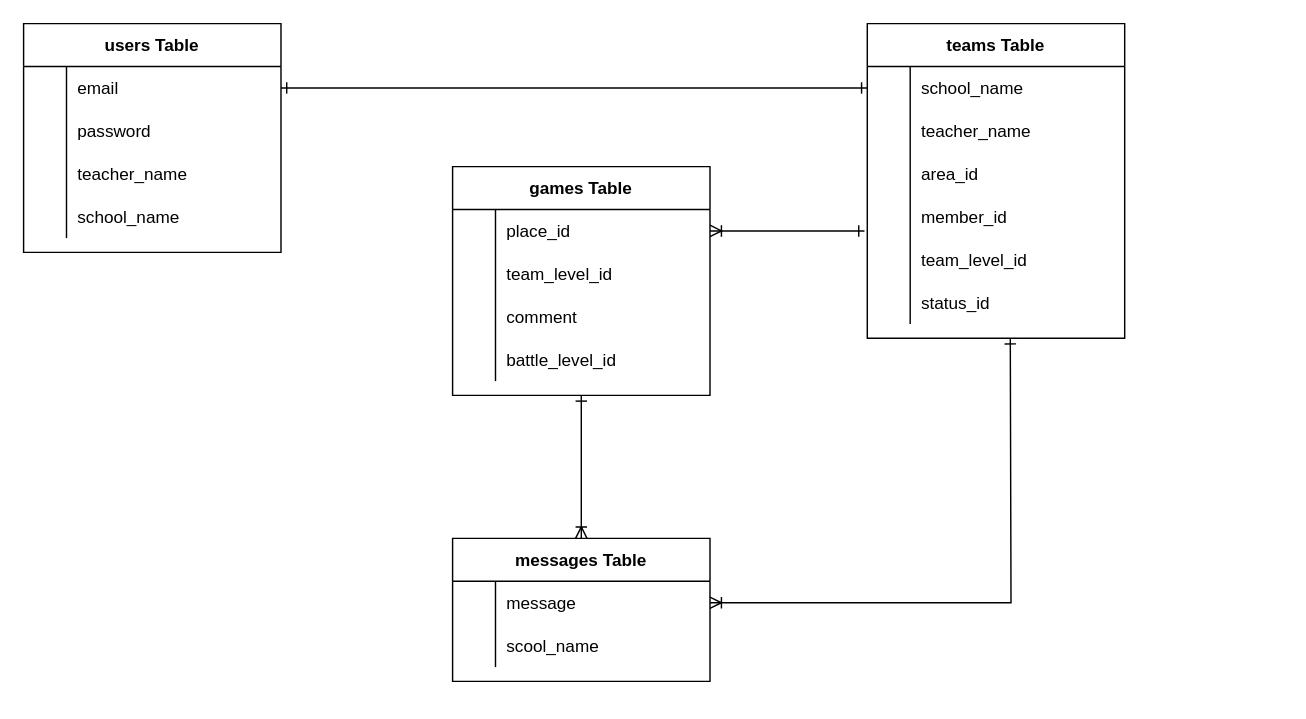
This is practice-game.dio from 0925Daiki/practice-game, a draw.io file, before an edit. Source tidied: cells renumbered, new cells numbered last; positions are measured from the earlier drawing's top-left corner, leaving out a move shared by most shapes. Both pictures are drawn from the tidied source at 143%, with x=0, y=0 at pixel (23, 23).
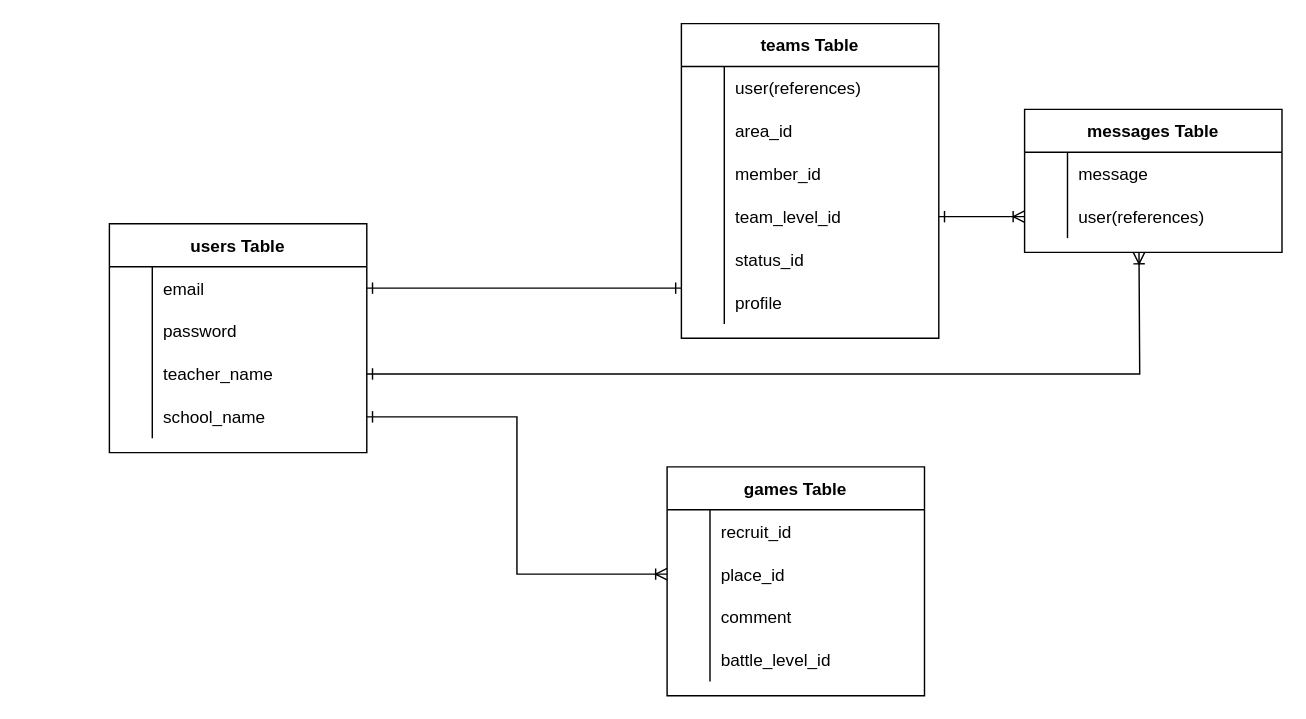
The same diagram, later.

Commit message (it also covers changes not shown here):
データベース設計　修正

The change refers to these unchanged cells:
```xml
<mxCell id="3" style="shape=partialRectangle;fillColor=none;top=0;left=0;bottom=0;right=0;points=[[0,0.5],[1,0.5]];portConstraint=eastwest;" parent="2" vertex="1">
  <mxGeometry y="30" width="180" height="30" as="geometry" />
</mxCell>
<mxCell id="9" style="shape=partialRectangle;fillColor=none;top=0;left=0;bottom=0;right=0;points=[[0,0.5],[1,0.5]];portConstraint=eastwest;" parent="2" vertex="1">
  <mxGeometry y="90" width="180" height="30" as="geometry" />
</mxCell>
<mxCell id="12" style="shape=partialRectangle;fillColor=none;top=0;left=0;bottom=0;right=0;points=[[0,0.5],[1,0.5]];portConstraint=eastwest;" parent="2" vertex="1">
  <mxGeometry y="120" width="180" height="30" as="geometry" />
</mxCell>
<mxCell id="16" style="shape=partialRectangle;fillColor=none;top=0;left=0;bottom=0;right=0;points=[[0,0.5],[1,0.5]];portConstraint=eastwest;" parent="15" vertex="1">
  <mxGeometry y="30" width="180" height="30" as="geometry" />
</mxCell>
<mxCell id="31" style="shape=partialRectangle;fillColor=none;top=0;left=0;bottom=0;right=0;points=[[0,0.5],[1,0.5]];portConstraint=eastwest;" parent="15" vertex="1">
  <mxGeometry y="180" width="180" height="30" as="geometry" />
</mxCell>
<mxCell id="35" style="shape=partialRectangle;fillColor=none;top=0;left=0;bottom=0;right=0;points=[[0,0.5],[1,0.5]];portConstraint=eastwest;" parent="34" vertex="1">
  <mxGeometry y="30" width="180" height="30" as="geometry" />
</mxCell>
<mxCell id="38" style="shape=partialRectangle;fillColor=none;top=0;left=0;bottom=0;right=0;points=[[0,0.5],[1,0.5]];portConstraint=eastwest;" parent="34" vertex="1">
  <mxGeometry y="60" width="180" height="30" as="geometry" />
</mxCell>
<mxCell id="49" style="shape=partialRectangle;fillColor=none;top=0;left=0;bottom=0;right=0;points=[[0,0.5],[1,0.5]];portConstraint=eastwest;" parent="48" vertex="1">
  <mxGeometry y="30" width="180" height="30" as="geometry" />
</mxCell>
<mxCell id="52" style="shape=partialRectangle;fillColor=none;top=0;left=0;bottom=0;right=0;points=[[0,0.5],[1,0.5]];portConstraint=eastwest;" parent="48" vertex="1">
  <mxGeometry y="60" width="180" height="30" as="geometry" />
</mxCell>
```

Diff of the diagram source:
```diff
@@
     <mxCell id="2" value="users Table" style="shape=table;startSize=30;childLayout=tableLayout;rowLines=0;fontStyle=1;align=center;" parent="1" vertex="1">
-      <mxGeometry width="180" height="160" as="geometry" />
+      <mxGeometry x="60" y="140" width="180" height="160" as="geometry" />
     </mxCell>
@@
     <mxCell id="15" value="teams Table" style="shape=table;startSize=30;childLayout=tableLayout;rowLines=0;fontStyle=1;align=center;" parent="1" vertex="1">
-      <mxGeometry x="590" width="180" height="220" as="geometry" />
+      <mxGeometry x="460" width="180" height="220" as="geometry" />
     </mxCell>
@@
-    <mxCell id="18" value="school_name" style="shape=partialRectangle;fillColor=none;top=0;left=0;bottom=0;right=0;align=left;spacingLeft=6;overflow=hidden;" parent="16" vertex="1">
+    <mxCell id="18" value="user(references)" style="shape=partialRectangle;fillColor=none;top=0;left=0;bottom=0;right=0;align=left;spacingLeft=6;overflow=hidden;" parent="16" vertex="1">
       <mxGeometry x="30" width="150" height="30" as="geometry" />
     </mxCell>
-    <mxCell id="19" style="shape=partialRectangle;fillColor=none;top=0;left=0;bottom=0;right=0;" parent="15" vertex="1">
-      <mxGeometry y="60" width="180" height="30" as="geometry" />
-    </mxCell>
-    <mxCell id="20" style="shape=partialRectangle;fillColor=none;top=0;left=0;bottom=0;right=0;overflow=hidden;" parent="19" vertex="1">
-      <mxGeometry width="30" height="30" as="geometry" />
-    </mxCell>
-    <mxCell id="21" value="teacher_name" style="shape=partialRectangle;fillColor=none;top=0;left=0;bottom=0;right=0;align=left;spacingLeft=6;overflow=hidden;" parent="19" vertex="1">
-      <mxGeometry x="30" width="150" height="30" as="geometry" />
-    </mxCell>
     <mxCell id="22" style="shape=partialRectangle;fillColor=none;top=0;left=0;bottom=0;right=0;" parent="15" vertex="1">
-      <mxGeometry y="90" width="180" height="30" as="geometry" />
+      <mxGeometry y="60" width="180" height="30" as="geometry" />
     </mxCell>
@@
     <mxCell id="25" style="shape=partialRectangle;fillColor=none;top=0;left=0;bottom=0;right=0;points=[[0,0.5],[1,0.5]];portConstraint=eastwest;" parent="15" vertex="1">
-      <mxGeometry y="120" width="180" height="30" as="geometry" />
+      <mxGeometry y="90" width="180" height="30" as="geometry" />
     </mxCell>
@@
     <mxCell id="28" style="shape=partialRectangle;fillColor=none;top=0;left=0;bottom=0;right=0;points=[[0,0.5],[1,0.5]];portConstraint=eastwest;" parent="15" vertex="1">
-      <mxGeometry y="150" width="180" height="30" as="geometry" />
+      <mxGeometry y="120" width="180" height="30" as="geometry" />
     </mxCell>
@@
+    <mxCell id="58" style="shape=partialRectangle;fillColor=none;top=0;left=0;bottom=0;right=0;" parent="15" vertex="1">
+      <mxGeometry y="150" width="180" height="30" as="geometry" />
+    </mxCell>
+    <mxCell id="20" style="shape=partialRectangle;fillColor=none;top=0;left=0;bottom=0;right=0;overflow=hidden;" parent="58" vertex="1">
+      <mxGeometry width="30" height="30" as="geometry" />
+    </mxCell>
+    <mxCell id="59" value="status_id" style="shape=partialRectangle;fillColor=none;top=0;left=0;bottom=0;right=0;align=left;spacingLeft=6;overflow=hidden;" parent="58" vertex="1">
+      <mxGeometry x="30" width="150" height="30" as="geometry" />
+    </mxCell>
@@
-    <mxCell id="33" value="status_id" style="shape=partialRectangle;fillColor=none;top=0;left=0;bottom=0;right=0;align=left;spacingLeft=6;overflow=hidden;" parent="31" vertex="1">
+    <mxCell id="33" value="profile" style="shape=partialRectangle;fillColor=none;top=0;left=0;bottom=0;right=0;align=left;spacingLeft=6;overflow=hidden;" parent="31" vertex="1">
       <mxGeometry x="30" width="150" height="30" as="geometry" />
     </mxCell>
     <mxCell id="34" value="games Table" style="shape=table;startSize=30;childLayout=tableLayout;rowLines=0;fontStyle=1;align=center;" parent="1" vertex="1">
-      <mxGeometry x="300" y="100" width="180" height="160" as="geometry" />
+      <mxGeometry x="450" y="310" width="180" height="160" as="geometry" />
     </mxCell>
@@
-    <mxCell id="37" value="place_id" style="shape=partialRectangle;fillColor=none;top=0;left=0;bottom=0;right=0;align=left;spacingLeft=6;overflow=hidden;" parent="35" vertex="1">
+    <mxCell id="37" value="recruit_id" style="shape=partialRectangle;fillColor=none;top=0;left=0;bottom=0;right=0;align=left;spacingLeft=6;overflow=hidden;" parent="35" vertex="1">
       <mxGeometry x="30" width="150" height="30" as="geometry" />
     </mxCell>
@@
-    <mxCell id="40" value="team_level_id" style="shape=partialRectangle;fillColor=none;top=0;left=0;bottom=0;right=0;align=left;spacingLeft=6;overflow=hidden;" parent="38" vertex="1">
+    <mxCell id="40" value="place_id" style="shape=partialRectangle;fillColor=none;top=0;left=0;bottom=0;right=0;align=left;spacingLeft=6;overflow=hidden;" parent="38" vertex="1">
       <mxGeometry x="30" width="150" height="30" as="geometry" />
     </mxCell>
@@
-    <mxCell id="47" style="edgeStyle=orthogonalEdgeStyle;rounded=0;jettySize=auto;html=1;exitX=0.5;exitY=0;exitDx=0;exitDy=0;entryX=0.5;entryY=1;entryDx=0;entryDy=0;startArrow=ERoneToMany;startFill=0;endArrow=ERone;endFill=0;" parent="1" edge="1" source="48" target="34">
-      <mxGeometry relative="1" as="geometry" />
-    </mxCell>
     <mxCell id="48" value="messages Table" style="shape=table;startSize=30;childLayout=tableLayout;rowLines=0;fontStyle=1;align=center;" parent="1" vertex="1">
-      <mxGeometry x="300" y="360" width="180" height="100" as="geometry" />
+      <mxGeometry x="700" y="60" width="180" height="100" as="geometry" />
     </mxCell>
@@
-    <mxCell id="54" value="scool_name" style="shape=partialRectangle;fillColor=none;top=0;left=0;bottom=0;right=0;align=left;spacingLeft=6;overflow=hidden;" parent="52" vertex="1">
+    <mxCell id="54" value="user(references)" style="shape=partialRectangle;fillColor=none;top=0;left=0;bottom=0;right=0;align=left;spacingLeft=6;overflow=hidden;" parent="52" vertex="1">
       <mxGeometry x="30" width="150" height="30" as="geometry" />
     </mxCell>
-    <mxCell id="55" style="edgeStyle=orthogonalEdgeStyle;rounded=0;jettySize=auto;html=1;exitX=1;exitY=0.5;exitDx=0;exitDy=0;entryX=0;entryY=0.5;entryDx=0;entryDy=0;startArrow=ERone;startFill=0;endArrow=ERone;endFill=0;" parent="1" edge="1" source="3" target="16">
-      <mxGeometry relative="1" as="geometry" />
-    </mxCell>
-    <mxCell id="56" style="edgeStyle=orthogonalEdgeStyle;rounded=0;jettySize=auto;html=1;exitX=1;exitY=0.5;exitDx=0;exitDy=0;startArrow=ERoneToMany;startFill=0;endArrow=ERone;endFill=0;" parent="1" edge="1" source="49">
-      <mxGeometry relative="1" as="geometry">
-        <mxPoint x="690" y="220" as="targetPoint" />
-      </mxGeometry>
-    </mxCell>
-    <mxCell id="57" style="edgeStyle=orthogonalEdgeStyle;rounded=0;jettySize=auto;html=1;exitX=1;exitY=0.5;exitDx=0;exitDy=0;entryX=-0.011;entryY=0.833;entryDx=0;entryDy=0;entryPerimeter=0;startArrow=ERoneToMany;startFill=0;endArrow=ERone;endFill=0;" parent="1" edge="1" source="35" target="25">
-      <mxGeometry relative="1" as="geometry" />
-    </mxCell>
+    <mxCell id="60" style="edgeStyle=orthogonalEdgeStyle;rounded=0;jettySize=auto;html=1;exitX=1;exitY=0.5;exitDx=0;exitDy=0;entryX=0;entryY=0.5;entryDx=0;entryDy=0;startArrow=ERone;startFill=0;endArrow=ERoneToMany;endFill=0;" parent="1" edge="1" source="28" target="52">
+      <mxGeometry relative="1" as="geometry" />
+    </mxCell>
+    <mxCell id="61" style="edgeStyle=orthogonalEdgeStyle;rounded=0;jettySize=auto;html=1;exitX=1;exitY=0.5;exitDx=0;exitDy=0;startArrow=ERone;startFill=0;endArrow=ERoneToMany;endFill=0;" parent="1" edge="1" source="12" target="38">
+      <mxGeometry relative="1" as="geometry" />
+    </mxCell>
+    <mxCell id="62" style="edgeStyle=orthogonalEdgeStyle;rounded=0;jettySize=auto;html=1;exitX=1;exitY=0.5;exitDx=0;exitDy=0;entryX=0;entryY=0.167;entryDx=0;entryDy=0;entryPerimeter=0;startArrow=ERone;startFill=0;endArrow=ERone;endFill=0;" parent="1" edge="1" source="3" target="31">
+      <mxGeometry relative="1" as="geometry" />
+    </mxCell>
+    <mxCell id="63" style="edgeStyle=orthogonalEdgeStyle;rounded=0;jettySize=auto;html=1;exitX=1;exitY=0.5;exitDx=0;exitDy=0;startArrow=ERone;startFill=0;endArrow=ERoneToMany;endFill=0;" parent="1" edge="1" source="9">
+      <mxGeometry relative="1" as="geometry">
+        <mxPoint x="780" y="160" as="targetPoint" />
+      </mxGeometry>
+    </mxCell>
```
